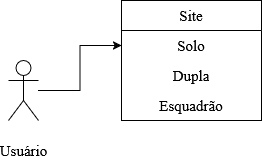
Before: Diagrama de Busca.png, a diagram exported from draw.io (SkylerRedwave/projetoMarcioSegundoSemestre). Source tidied: cells renumbered, new cells last; positions are measured from the earlier drawing's top-left corner, leaving out a move shared by most shapes.
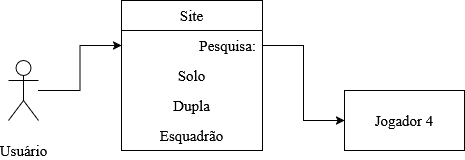
The same file after the commit.

Diff of the diagram source:
```diff
@@ -2,23 +2,32 @@
   <root>
     <mxCell id="0" />
     <mxCell id="1" parent="0" />
-    <mxCell id="2" style="edgeStyle=orthogonalEdgeStyle;rounded=0;jettySize=auto;html=1;entryX=0;entryY=0.5;entryDx=0;entryDy=0;" parent="1" edge="1" source="3" target="5">
-      <mxGeometry relative="1" as="geometry" />
-    </mxCell>
+    <mxCell id="8" style="edgeStyle=orthogonalEdgeStyle;rounded=0;jettySize=auto;html=1;entryX=0;entryY=0.5;entryDx=0;entryDy=0;" parent="1" edge="1" source="3" target="9">
+      <mxGeometry relative="1" as="geometry" />
+    </mxCell>
     <mxCell id="3" value="Usuário" style="shape=umlActor;verticalLabelPosition=bottom;verticalAlign=middle;html=1;outlineConnect=0;fontFamily=Times New Roman;fontSize=15;fontColor=default;fontStyle=0;align=center;" parent="1" vertex="1">
       <mxGeometry y="60" width="30" height="60" as="geometry" />
     </mxCell>
     <mxCell id="4" value="Site" style="swimlane;fontStyle=0;horizontal=1;startSize=30;whiteSpace=wrap;html=1;fontFamily=Times New Roman;fontSize=15;fontColor=default;align=center;verticalAlign=middle;" parent="1" vertex="1">
-      <mxGeometry x="113" width="140" height="120" as="geometry" />
+      <mxGeometry x="113" width="141" height="150" as="geometry" />
     </mxCell>
+    <mxCell id="9" value="&lt;div align=&quot;right&quot;&gt;Pesquisa:&lt;/div&gt;" style="text;strokeColor=none;fillColor=none;align=right;verticalAlign=middle;spacingLeft=4;spacingRight=4;overflow=hidden;points=[[0,0.5],[1,0.5]];portConstraint=eastwest;whiteSpace=wrap;html=1;fontFamily=Times New Roman;fontSize=15;fontColor=default;fontStyle=0;" parent="4" vertex="1">
+      <mxGeometry y="30" width="141" height="30" as="geometry" />
+    </mxCell>
     <mxCell id="5" value="Solo" style="text;strokeColor=none;fillColor=none;align=center;verticalAlign=middle;spacingLeft=4;spacingRight=4;overflow=hidden;points=[[0,0.5],[1,0.5]];portConstraint=eastwest;whiteSpace=wrap;html=1;fontFamily=Times New Roman;fontSize=15;fontColor=default;fontStyle=0;" parent="4" vertex="1">
-      <mxGeometry y="30" width="140" height="30" as="geometry" />
+      <mxGeometry y="60" width="141" height="30" as="geometry" />
     </mxCell>
     <mxCell id="6" value="Dupla" style="text;strokeColor=none;fillColor=none;align=center;verticalAlign=middle;spacingLeft=4;spacingRight=4;overflow=hidden;whiteSpace=wrap;html=1;fontFamily=Times New Roman;fontSize=15;fontColor=default;fontStyle=0;" parent="4" vertex="1">
-      <mxGeometry y="60" width="140" height="30" as="geometry" />
+      <mxGeometry y="90" width="141" height="30" as="geometry" />
     </mxCell>
     <mxCell id="7" value="&lt;div&gt;Esquadrão&lt;/div&gt;" style="text;strokeColor=none;fillColor=none;align=center;verticalAlign=middle;spacingLeft=4;spacingRight=4;overflow=hidden;whiteSpace=wrap;html=1;fontFamily=Times New Roman;fontSize=15;fontColor=default;fontStyle=0;" parent="4" vertex="1">
-      <mxGeometry y="90" width="140" height="30" as="geometry" />
+      <mxGeometry y="120" width="141" height="30" as="geometry" />
     </mxCell>
+    <mxCell id="10" value="&lt;div align=&quot;center&quot;&gt;Jogador 4&lt;/div&gt;" style="whiteSpace=wrap;html=1;align=center;verticalAlign=middle;spacingLeft=4;spacingRight=4;fontFamily=Times New Roman;fontSize=15;fontColor=default;fontStyle=0;fillColor=none;gradientColor=none;" parent="1" vertex="1">
+      <mxGeometry x="336" y="90" width="120" height="60" as="geometry" />
+    </mxCell>
+    <mxCell id="11" style="edgeStyle=orthogonalEdgeStyle;rounded=0;jettySize=auto;html=1;entryX=0;entryY=0.5;entryDx=0;entryDy=0;" parent="1" edge="1" source="9" target="10">
+      <mxGeometry relative="1" as="geometry" />
+    </mxCell>
   </root>
 </mxGraphModel>
```
